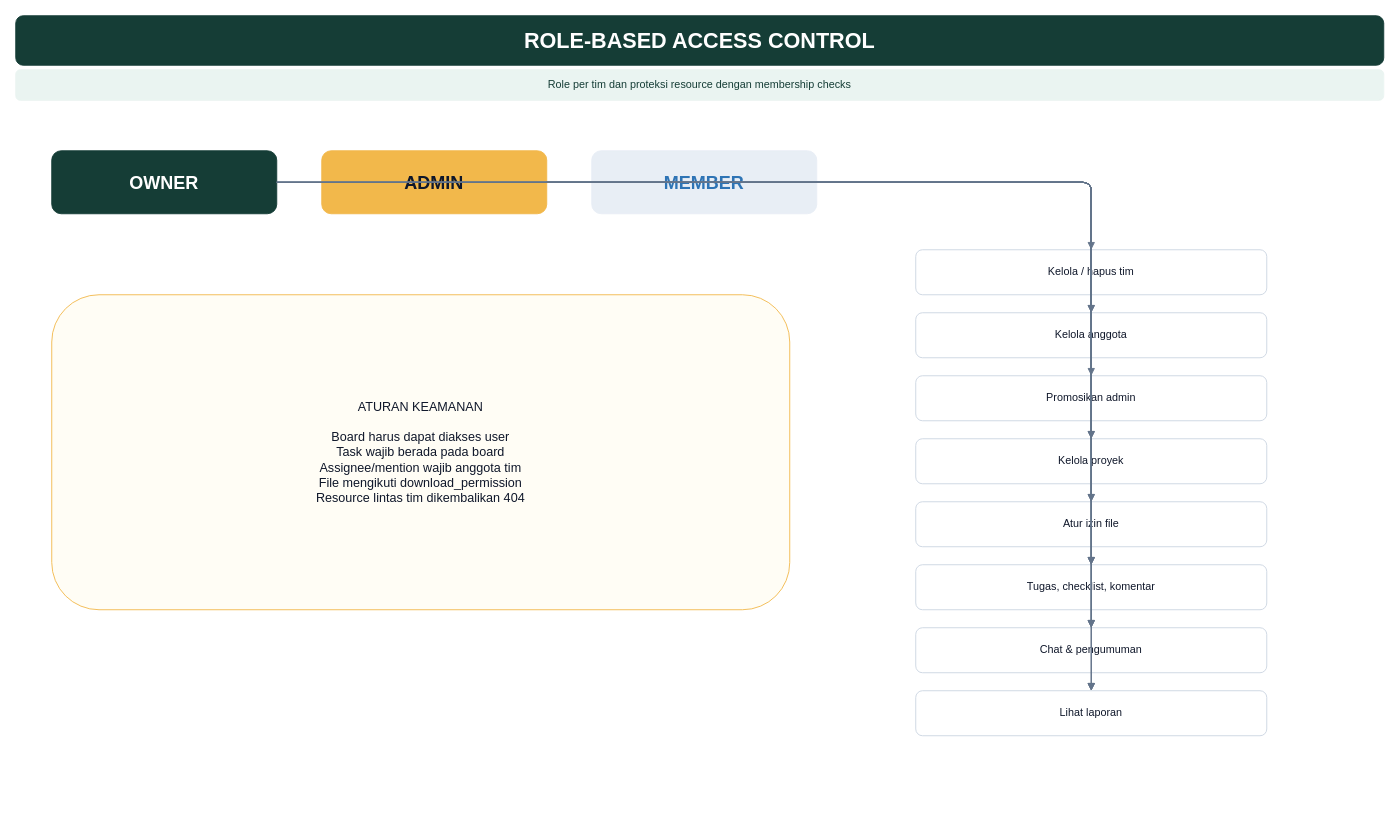
inifauzan-maker/ruangkerja keeps this draw.io diagram as page "04 - RBAC" (4 of 11) of docs/timmanager-documentation.drawio. Above is the earlier version. Source tidied: cells renumbered, new cells numbered last; positions are measured from the earlier drawing's top-left corner, leaving out a move shared by most shapes. Both pictures are drawn from the tidied source at 90%, with x=0, y=0 at pixel (15, 15).
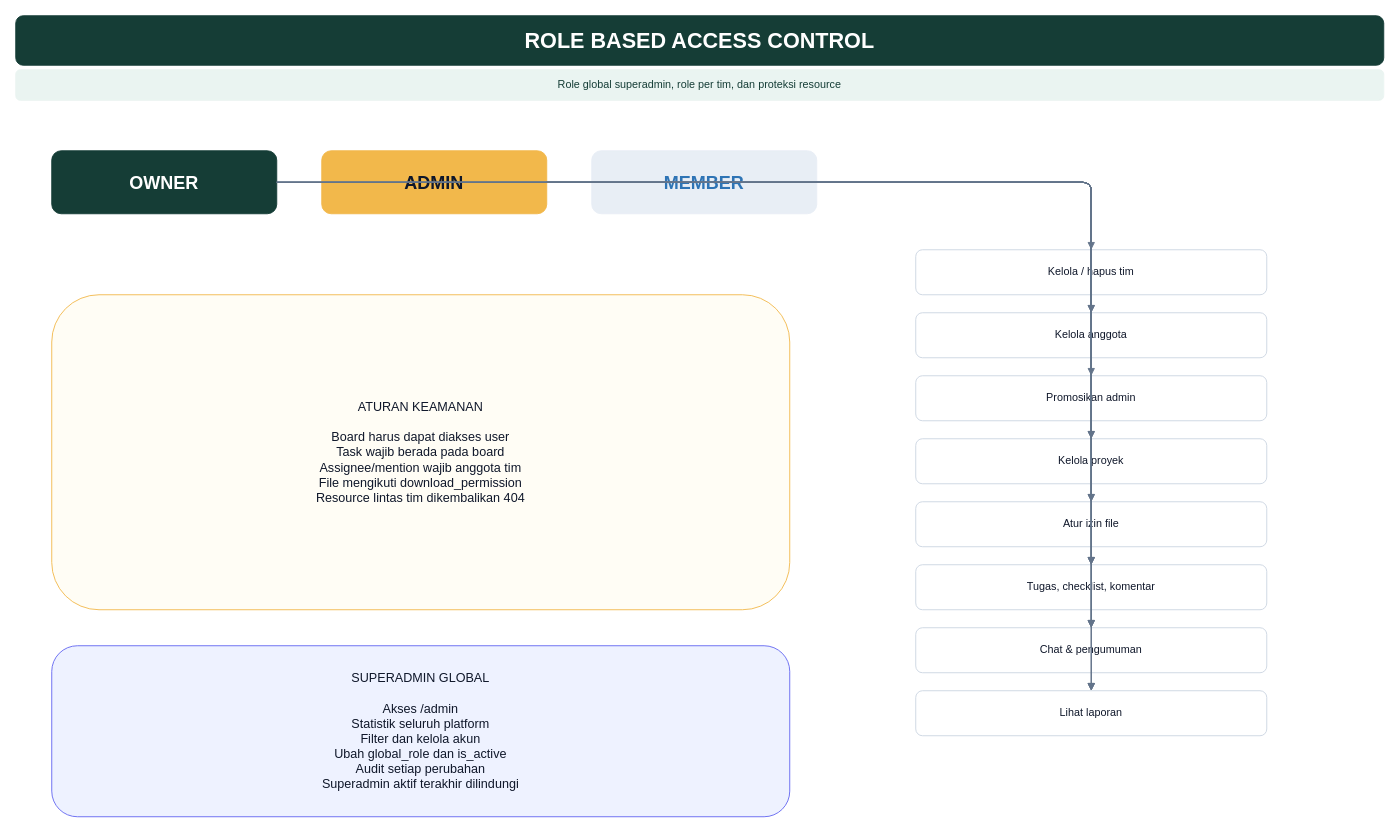
After the change.

Diff of the diagram source:
```diff
@@
-    <mxCell id="2" value="ROLE-BASED ACCESS CONTROL" style="rounded=1;whiteSpace=wrap;html=1;fillColor=#153D36;strokeColor=#153D36;fontColor=#FFFFFF;fontSize=24;fontStyle=1;align=center;verticalAlign=middle;spacing=8;" parent="1" vertex="1">
+    <mxCell id="2" value="ROLE BASED ACCESS CONTROL" style="rounded=1;whiteSpace=wrap;html=1;fillColor=#153D36;strokeColor=#153D36;fontColor=#FFFFFF;fontSize=24;fontStyle=1;align=center;verticalAlign=middle;spacing=8;" parent="1" vertex="1">
       <mxGeometry width="1520" height="55" as="geometry" />
     </mxCell>
-    <mxCell id="3" value="Role per tim dan proteksi resource dengan membership checks" style="rounded=1;whiteSpace=wrap;html=1;fillColor=#EAF4F1;strokeColor=#EAF4F1;fontColor=#153D36;fontSize=12;fontStyle=0;align=center;verticalAlign=middle;spacing=8;" parent="1" vertex="1">
+    <mxCell id="3" value="Role global superadmin, role per tim, dan proteksi resource" style="rounded=1;whiteSpace=wrap;html=1;fillColor=#EAF4F1;strokeColor=#EAF4F1;fontColor=#153D36;fontSize=12;fontStyle=0;align=center;verticalAlign=middle;spacing=8;" parent="1" vertex="1">
       <mxGeometry y="60" width="1520" height="34" as="geometry" />
     </mxCell>
@@
+    <mxCell id="33" value="SUPERADMIN GLOBAL&lt;br&gt;&lt;br&gt;Akses /admin&lt;br&gt;Statistik seluruh platform&lt;br&gt;Filter dan kelola akun&lt;br&gt;Ubah global_role dan is_active&lt;br&gt;Audit setiap perubahan&lt;br&gt;Superadmin aktif terakhir dilindungi" style="rounded=1;whiteSpace=wrap;html=1;fillColor=#EEF2FF;strokeColor=#6366F1;fontColor=#0F172A;fontSize=14;fontStyle=0;align=center;verticalAlign=middle;spacing=8;" parent="1" vertex="1">
+      <mxGeometry x="40" y="700" width="820" height="190" as="geometry" />
+    </mxCell>
```
